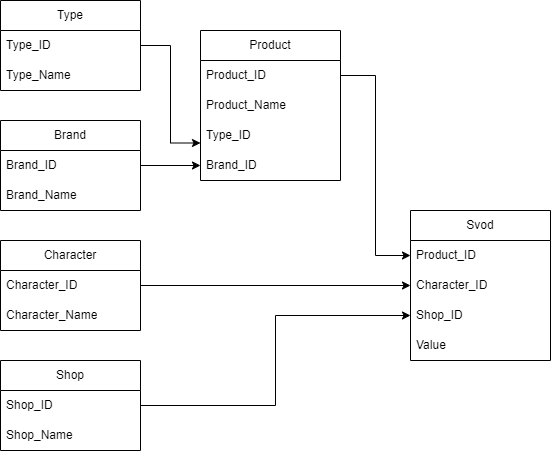
Earlier version of the draw.io export models.png (dzenbots/site_parsers). Source tidied: cells renumbered, new cells last; positions are measured from the earlier drawing's top-left corner, leaving out a move shared by most shapes.
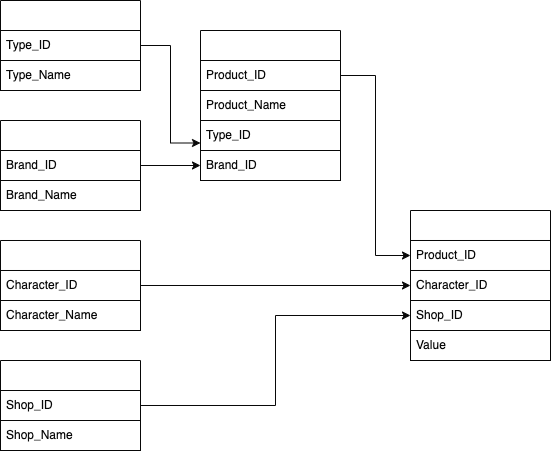
After the change.

Change to the diagram source:
```diff
@@ -1,86 +1,86 @@
-<mxGraphModel>
+<mxGraphModel background="#ffffff">
   <root>
     <mxCell id="0" />
     <mxCell id="1" parent="0" />
-    <mxCell id="2" value="Type" style="swimlane;fontStyle=0;horizontal=1;startSize=30;whiteSpace=wrap;html=1;" parent="1" vertex="1">
+    <mxCell id="2" value="Type" style="swimlane;fontStyle=0;horizontal=1;startSize=30;whiteSpace=wrap;html=1;strokeColor=#080808;fontColor=#FFFFFF;" parent="1" vertex="1">
       <mxGeometry width="140" height="90" as="geometry" />
     </mxCell>
-    <mxCell id="3" value="Type_ID" style="text;strokeColor=none;fillColor=none;align=left;verticalAlign=middle;spacingLeft=4;spacingRight=4;overflow=hidden;points=[[0,0.5],[1,0.5]];portConstraint=eastwest;whiteSpace=wrap;html=1;" parent="2" vertex="1">
+    <mxCell id="3" value="Type_ID" style="text;strokeColor=#080808;fillColor=none;align=left;verticalAlign=middle;spacingLeft=4;spacingRight=4;overflow=hidden;points=[[0,0.5],[1,0.5]];portConstraint=eastwest;whiteSpace=wrap;html=1;fontColor=#080808;" parent="2" vertex="1">
       <mxGeometry y="30" width="140" height="30" as="geometry" />
     </mxCell>
-    <mxCell id="4" value="Type_Name" style="text;strokeColor=none;fillColor=none;align=left;verticalAlign=middle;spacingLeft=4;spacingRight=4;overflow=hidden;whiteSpace=wrap;html=1;" parent="2" vertex="1">
+    <mxCell id="4" value="Type_Name" style="text;strokeColor=#080808;fillColor=none;align=left;verticalAlign=middle;spacingLeft=4;spacingRight=4;overflow=hidden;whiteSpace=wrap;html=1;fontColor=#080808;" parent="2" vertex="1">
       <mxGeometry y="60" width="140" height="30" as="geometry" />
     </mxCell>
-    <mxCell id="5" value="Brand" style="swimlane;fontStyle=0;horizontal=1;startSize=30;whiteSpace=wrap;html=1;" parent="1" vertex="1">
+    <mxCell id="5" value="Brand" style="swimlane;fontStyle=0;horizontal=1;startSize=30;whiteSpace=wrap;html=1;fontColor=#FFFFFF;strokeColor=#080808;" parent="1" vertex="1">
       <mxGeometry y="120" width="140" height="90" as="geometry" />
     </mxCell>
-    <mxCell id="6" value="Brand_ID" style="text;strokeColor=none;fillColor=none;align=left;verticalAlign=middle;spacingLeft=4;spacingRight=4;overflow=hidden;points=[[0,0.5],[1,0.5]];portConstraint=eastwest;whiteSpace=wrap;html=1;" parent="5" vertex="1">
+    <mxCell id="6" value="Brand_ID" style="text;strokeColor=#080808;fillColor=none;align=left;verticalAlign=middle;spacingLeft=4;spacingRight=4;overflow=hidden;points=[[0,0.5],[1,0.5]];portConstraint=eastwest;whiteSpace=wrap;html=1;fontColor=#080808;" parent="5" vertex="1">
       <mxGeometry y="30" width="140" height="30" as="geometry" />
     </mxCell>
-    <mxCell id="7" value="Brand_Name" style="text;strokeColor=none;fillColor=none;align=left;verticalAlign=middle;spacingLeft=4;spacingRight=4;overflow=hidden;whiteSpace=wrap;html=1;" parent="5" vertex="1">
+    <mxCell id="7" value="Brand_Name" style="text;strokeColor=#080808;fillColor=none;align=left;verticalAlign=middle;spacingLeft=4;spacingRight=4;overflow=hidden;whiteSpace=wrap;html=1;fontColor=#080808;" parent="5" vertex="1">
       <mxGeometry y="60" width="140" height="30" as="geometry" />
     </mxCell>
-    <mxCell id="8" value="Product" style="swimlane;fontStyle=0;horizontal=1;startSize=30;whiteSpace=wrap;html=1;" parent="1" vertex="1">
+    <mxCell id="8" value="Product" style="swimlane;fontStyle=0;horizontal=1;startSize=30;whiteSpace=wrap;html=1;fontColor=#FFFFFF;strokeColor=#080808;" parent="1" vertex="1">
       <mxGeometry x="200" y="30" width="140" height="150" as="geometry" />
     </mxCell>
-    <mxCell id="9" value="Product_ID" style="text;strokeColor=none;fillColor=none;align=left;verticalAlign=middle;spacingLeft=4;spacingRight=4;overflow=hidden;points=[[0,0.5],[1,0.5]];portConstraint=eastwest;whiteSpace=wrap;html=1;" parent="8" vertex="1">
+    <mxCell id="9" value="Product_ID" style="text;strokeColor=#080808;fillColor=none;align=left;verticalAlign=middle;spacingLeft=4;spacingRight=4;overflow=hidden;points=[[0,0.5],[1,0.5]];portConstraint=eastwest;whiteSpace=wrap;html=1;fontColor=#080808;" parent="8" vertex="1">
       <mxGeometry y="30" width="140" height="30" as="geometry" />
     </mxCell>
-    <mxCell id="10" value="Product_Name" style="text;strokeColor=none;fillColor=none;align=left;verticalAlign=middle;spacingLeft=4;spacingRight=4;overflow=hidden;whiteSpace=wrap;html=1;" parent="8" vertex="1">
+    <mxCell id="10" value="Product_Name" style="text;strokeColor=#080808;fillColor=none;align=left;verticalAlign=middle;spacingLeft=4;spacingRight=4;overflow=hidden;whiteSpace=wrap;html=1;fontColor=#080808;" parent="8" vertex="1">
       <mxGeometry y="60" width="140" height="30" as="geometry" />
     </mxCell>
-    <mxCell id="11" value="Type_ID" style="text;strokeColor=none;fillColor=none;align=left;verticalAlign=middle;spacingLeft=4;spacingRight=4;overflow=hidden;whiteSpace=wrap;html=1;" parent="8" vertex="1">
+    <mxCell id="11" value="Type_ID" style="text;strokeColor=#080808;fillColor=none;align=left;verticalAlign=middle;spacingLeft=4;spacingRight=4;overflow=hidden;whiteSpace=wrap;html=1;fontColor=#080808;" parent="8" vertex="1">
       <mxGeometry y="90" width="140" height="30" as="geometry" />
     </mxCell>
-    <mxCell id="12" value="Brand_ID" style="text;strokeColor=none;fillColor=none;align=left;verticalAlign=middle;spacingLeft=4;spacingRight=4;overflow=hidden;points=[[0,0.5],[1,0.5]];portConstraint=eastwest;whiteSpace=wrap;html=1;" parent="8" vertex="1">
+    <mxCell id="12" value="Brand_ID" style="text;strokeColor=#080808;fillColor=none;align=left;verticalAlign=middle;spacingLeft=4;spacingRight=4;overflow=hidden;points=[[0,0.5],[1,0.5]];portConstraint=eastwest;whiteSpace=wrap;html=1;fontColor=#080808;" parent="8" vertex="1">
       <mxGeometry y="120" width="140" height="30" as="geometry" />
     </mxCell>
-    <mxCell id="13" style="edgeStyle=orthogonalEdgeStyle;rounded=0;jettySize=auto;html=1;exitX=1;exitY=0.5;exitDx=0;exitDy=0;entryX=0;entryY=0.75;entryDx=0;entryDy=0;" parent="1" edge="1" source="3" target="8">
+    <mxCell id="13" style="edgeStyle=orthogonalEdgeStyle;rounded=0;jettySize=auto;html=1;exitX=1;exitY=0.5;exitDx=0;exitDy=0;entryX=0;entryY=0.75;entryDx=0;entryDy=0;fontColor=#080808;strokeColor=#080808;" parent="1" edge="1" source="3" target="8">
       <mxGeometry relative="1" as="geometry" />
     </mxCell>
-    <mxCell id="14" style="edgeStyle=orthogonalEdgeStyle;rounded=0;jettySize=auto;html=1;exitX=1;exitY=0.5;exitDx=0;exitDy=0;entryX=0;entryY=0.5;entryDx=0;entryDy=0;" parent="1" edge="1" source="6" target="12">
+    <mxCell id="14" style="edgeStyle=orthogonalEdgeStyle;rounded=0;jettySize=auto;html=1;exitX=1;exitY=0.5;exitDx=0;exitDy=0;entryX=0;entryY=0.5;entryDx=0;entryDy=0;fontColor=#080808;strokeColor=#080808;" parent="1" edge="1" source="6" target="12">
       <mxGeometry relative="1" as="geometry" />
     </mxCell>
-    <mxCell id="15" value="Shop" style="swimlane;fontStyle=0;horizontal=1;startSize=30;whiteSpace=wrap;html=1;" parent="1" vertex="1">
+    <mxCell id="15" value="Shop" style="swimlane;fontStyle=0;horizontal=1;startSize=30;whiteSpace=wrap;html=1;fontColor=#FFFFFF;strokeColor=#080808;" parent="1" vertex="1">
       <mxGeometry y="360" width="140" height="90" as="geometry" />
     </mxCell>
-    <mxCell id="16" value="Shop_ID" style="text;strokeColor=none;fillColor=none;align=left;verticalAlign=middle;spacingLeft=4;spacingRight=4;overflow=hidden;points=[[0,0.5],[1,0.5]];portConstraint=eastwest;whiteSpace=wrap;html=1;" parent="15" vertex="1">
+    <mxCell id="16" value="Shop_ID" style="text;strokeColor=#080808;fillColor=none;align=left;verticalAlign=middle;spacingLeft=4;spacingRight=4;overflow=hidden;points=[[0,0.5],[1,0.5]];portConstraint=eastwest;whiteSpace=wrap;html=1;fontColor=#080808;" parent="15" vertex="1">
       <mxGeometry y="30" width="140" height="30" as="geometry" />
     </mxCell>
-    <mxCell id="17" value="Shop_Name" style="text;strokeColor=none;fillColor=none;align=left;verticalAlign=middle;spacingLeft=4;spacingRight=4;overflow=hidden;whiteSpace=wrap;html=1;" parent="15" vertex="1">
+    <mxCell id="17" value="Shop_Name" style="text;strokeColor=#080808;fillColor=none;align=left;verticalAlign=middle;spacingLeft=4;spacingRight=4;overflow=hidden;whiteSpace=wrap;html=1;fontColor=#080808;" parent="15" vertex="1">
       <mxGeometry y="60" width="140" height="30" as="geometry" />
     </mxCell>
-    <mxCell id="18" value="Character" style="swimlane;fontStyle=0;horizontal=1;startSize=30;whiteSpace=wrap;html=1;" parent="1" vertex="1">
+    <mxCell id="18" value="Character" style="swimlane;fontStyle=0;horizontal=1;startSize=30;whiteSpace=wrap;html=1;fontColor=#FFFFFF;strokeColor=#080808;" parent="1" vertex="1">
       <mxGeometry y="240" width="140" height="90" as="geometry" />
     </mxCell>
-    <mxCell id="19" value="Character_ID" style="text;strokeColor=none;fillColor=none;align=left;verticalAlign=middle;spacingLeft=4;spacingRight=4;overflow=hidden;points=[[0,0.5],[1,0.5]];portConstraint=eastwest;whiteSpace=wrap;html=1;" parent="18" vertex="1">
+    <mxCell id="19" value="Character_ID" style="text;strokeColor=#080808;fillColor=none;align=left;verticalAlign=middle;spacingLeft=4;spacingRight=4;overflow=hidden;points=[[0,0.5],[1,0.5]];portConstraint=eastwest;whiteSpace=wrap;html=1;fontColor=#080808;" parent="18" vertex="1">
       <mxGeometry y="30" width="140" height="30" as="geometry" />
     </mxCell>
-    <mxCell id="20" value="Character_Name" style="text;strokeColor=none;fillColor=none;align=left;verticalAlign=middle;spacingLeft=4;spacingRight=4;overflow=hidden;whiteSpace=wrap;html=1;" parent="18" vertex="1">
+    <mxCell id="20" value="Character_Name" style="text;strokeColor=#080808;fillColor=none;align=left;verticalAlign=middle;spacingLeft=4;spacingRight=4;overflow=hidden;whiteSpace=wrap;html=1;fontColor=#080808;" parent="18" vertex="1">
       <mxGeometry y="60" width="140" height="30" as="geometry" />
     </mxCell>
-    <mxCell id="21" value="Svod" style="swimlane;fontStyle=0;horizontal=1;startSize=30;whiteSpace=wrap;html=1;" parent="1" vertex="1">
+    <mxCell id="21" value="Svod" style="swimlane;fontStyle=0;horizontal=1;startSize=30;whiteSpace=wrap;html=1;fontColor=#FFFFFF;strokeColor=#080808;" parent="1" vertex="1">
       <mxGeometry x="410" y="210" width="140" height="150" as="geometry" />
     </mxCell>
-    <mxCell id="22" value="Product_ID" style="text;strokeColor=none;fillColor=none;align=left;verticalAlign=middle;spacingLeft=4;spacingRight=4;overflow=hidden;points=[[0,0.5],[1,0.5]];portConstraint=eastwest;whiteSpace=wrap;html=1;" parent="21" vertex="1">
+    <mxCell id="22" value="Product_ID" style="text;strokeColor=#080808;fillColor=none;align=left;verticalAlign=middle;spacingLeft=4;spacingRight=4;overflow=hidden;points=[[0,0.5],[1,0.5]];portConstraint=eastwest;whiteSpace=wrap;html=1;fontColor=#080808;" parent="21" vertex="1">
       <mxGeometry y="30" width="140" height="30" as="geometry" />
     </mxCell>
-    <mxCell id="23" value="Character_ID" style="text;strokeColor=none;fillColor=none;align=left;verticalAlign=middle;spacingLeft=4;spacingRight=4;overflow=hidden;points=[[0,0.5],[1,0.5]];portConstraint=eastwest;whiteSpace=wrap;html=1;" parent="21" vertex="1">
+    <mxCell id="23" value="Character_ID" style="text;strokeColor=#080808;fillColor=none;align=left;verticalAlign=middle;spacingLeft=4;spacingRight=4;overflow=hidden;points=[[0,0.5],[1,0.5]];portConstraint=eastwest;whiteSpace=wrap;html=1;fontColor=#080808;" parent="21" vertex="1">
       <mxGeometry y="60" width="140" height="30" as="geometry" />
     </mxCell>
-    <mxCell id="24" value="Shop_ID" style="text;strokeColor=none;fillColor=none;align=left;verticalAlign=middle;spacingLeft=4;spacingRight=4;overflow=hidden;points=[[0,0.5],[1,0.5]];portConstraint=eastwest;whiteSpace=wrap;html=1;" parent="21" vertex="1">
+    <mxCell id="24" value="Shop_ID" style="text;strokeColor=#080808;fillColor=none;align=left;verticalAlign=middle;spacingLeft=4;spacingRight=4;overflow=hidden;points=[[0,0.5],[1,0.5]];portConstraint=eastwest;whiteSpace=wrap;html=1;fontColor=#080808;" parent="21" vertex="1">
       <mxGeometry y="90" width="140" height="30" as="geometry" />
     </mxCell>
-    <mxCell id="25" value="Value" style="text;strokeColor=none;fillColor=none;align=left;verticalAlign=middle;spacingLeft=4;spacingRight=4;overflow=hidden;whiteSpace=wrap;html=1;" parent="21" vertex="1">
+    <mxCell id="25" value="Value" style="text;strokeColor=#080808;fillColor=none;align=left;verticalAlign=middle;spacingLeft=4;spacingRight=4;overflow=hidden;whiteSpace=wrap;html=1;fontColor=#080808;" parent="21" vertex="1">
       <mxGeometry y="120" width="140" height="30" as="geometry" />
     </mxCell>
-    <mxCell id="26" style="edgeStyle=orthogonalEdgeStyle;rounded=0;jettySize=auto;html=1;exitX=1;exitY=0.5;exitDx=0;exitDy=0;entryX=0;entryY=0.5;entryDx=0;entryDy=0;" parent="1" edge="1" source="9" target="22">
+    <mxCell id="26" style="edgeStyle=orthogonalEdgeStyle;rounded=0;jettySize=auto;html=1;exitX=1;exitY=0.5;exitDx=0;exitDy=0;entryX=0;entryY=0.5;entryDx=0;entryDy=0;fontColor=#080808;strokeColor=#080808;" parent="1" edge="1" source="9" target="22">
       <mxGeometry relative="1" as="geometry" />
     </mxCell>
-    <mxCell id="27" style="edgeStyle=orthogonalEdgeStyle;rounded=0;jettySize=auto;html=1;exitX=1;exitY=0.5;exitDx=0;exitDy=0;entryX=0;entryY=0.5;entryDx=0;entryDy=0;" parent="1" edge="1" source="19" target="23">
+    <mxCell id="27" style="edgeStyle=orthogonalEdgeStyle;rounded=0;jettySize=auto;html=1;exitX=1;exitY=0.5;exitDx=0;exitDy=0;entryX=0;entryY=0.5;entryDx=0;entryDy=0;fontColor=#080808;strokeColor=#080808;" parent="1" edge="1" source="19" target="23">
       <mxGeometry relative="1" as="geometry" />
     </mxCell>
-    <mxCell id="28" style="edgeStyle=orthogonalEdgeStyle;rounded=0;jettySize=auto;html=1;exitX=1;exitY=0.5;exitDx=0;exitDy=0;entryX=0;entryY=0.5;entryDx=0;entryDy=0;" parent="1" edge="1" source="16" target="24">
+    <mxCell id="28" style="edgeStyle=orthogonalEdgeStyle;rounded=0;jettySize=auto;html=1;exitX=1;exitY=0.5;exitDx=0;exitDy=0;entryX=0;entryY=0.5;entryDx=0;entryDy=0;fontColor=#080808;strokeColor=#080808;" parent="1" edge="1" source="16" target="24">
       <mxGeometry relative="1" as="geometry" />
     </mxCell>
   </root>
```
